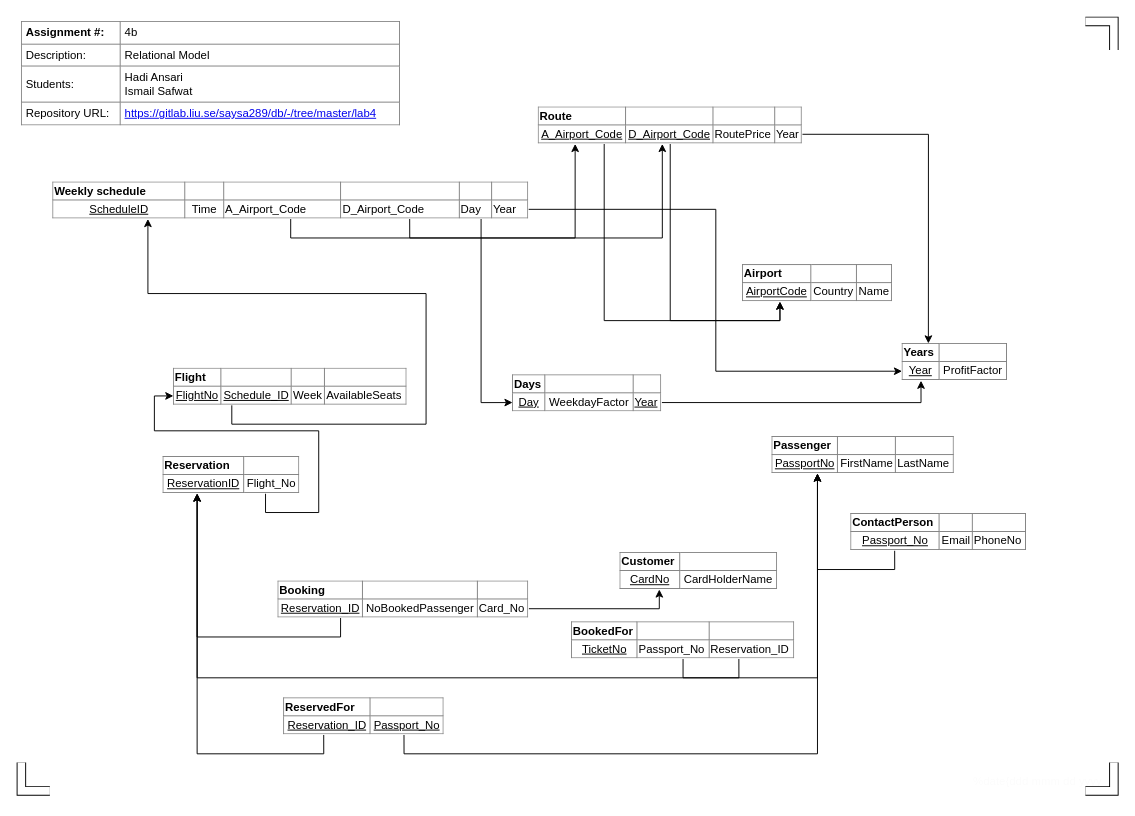
This is page "Relational Model" (2 of 2) of lab4/Assignment4b.drawio from hadi-ansari/TDDD12, a draw.io file, before an edit. Source tidied: cells renumbered, new cells numbered last; positions are measured from the earlier drawing's top-left corner, leaving out a move shared by most shapes. Both pictures are drawn from the tidied source at 95%, with x=0, y=0 at pixel (21, 21).
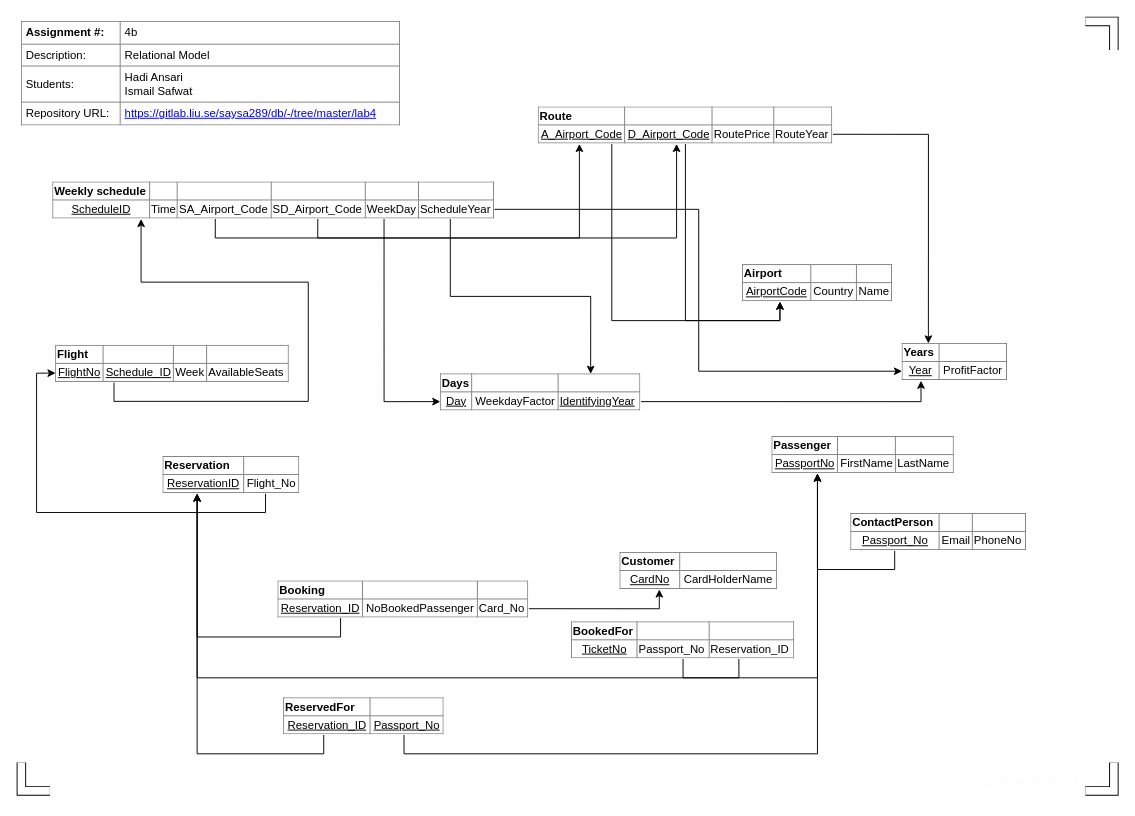
The same page after the edit.

Commit message (it also covers changes not shown here):
Updated digaram and changed Days table to weak entity

The edit, as a diff of the source:
```diff
@@
-    <mxCell id="2" style="edgeStyle=orthogonalEdgeStyle;rounded=0;jettySize=auto;html=1;exitX=0.9;exitY=1;exitDx=0;exitDy=0;exitPerimeter=0;entryX=0;entryY=0.75;entryDx=0;entryDy=0;" parent="1" edge="1" source="5" target="19">
+    <mxCell id="2" style="edgeStyle=orthogonalEdgeStyle;rounded=0;jettySize=auto;html=1;exitX=0.75;exitY=1;exitDx=0;exitDy=0;exitPerimeter=0;entryX=0;entryY=0.75;entryDx=0;entryDy=0;" parent="1" edge="1" source="5" target="19">
       <mxGeometry relative="1" as="geometry" />
     </mxCell>
-    <mxCell id="3" style="edgeStyle=orthogonalEdgeStyle;rounded=0;jettySize=auto;html=1;exitX=0.5;exitY=1;exitDx=0;exitDy=0;exitPerimeter=0;entryX=0.14;entryY=1;entryDx=0;entryDy=0;entryPerimeter=0;" parent="1" edge="1" source="5" target="17">
+    <mxCell id="3" style="edgeStyle=orthogonalEdgeStyle;rounded=0;jettySize=auto;html=1;exitX=0.368;exitY=1;exitDx=0;exitDy=0;exitPerimeter=0;entryX=0.14;entryY=1;entryDx=0;entryDy=0;entryPerimeter=0;" parent="1" edge="1" source="5" target="17">
       <mxGeometry relative="1" as="geometry" />
     </mxCell>
-    <mxCell id="4" style="edgeStyle=orthogonalEdgeStyle;rounded=0;jettySize=auto;html=1;exitX=0.75;exitY=1;exitDx=0;exitDy=0;exitPerimeter=0;entryX=0.47;entryY=1;entryDx=0;entryDy=0;entryPerimeter=0;" parent="1" edge="1" source="5" target="17">
+    <mxCell id="4" style="edgeStyle=orthogonalEdgeStyle;rounded=0;jettySize=auto;html=1;exitX=0.6;exitY=1;exitDx=0;exitDy=0;exitPerimeter=0;entryX=0.47;entryY=1;entryDx=0;entryDy=0;entryPerimeter=0;" parent="1" edge="1" source="5" target="17">
       <mxGeometry relative="1" as="geometry" />
     </mxCell>
+    <mxCell id="37" style="edgeStyle=orthogonalEdgeStyle;rounded=0;jettySize=auto;html=1;exitX=0.9;exitY=1;exitDx=0;exitDy=0;exitPerimeter=0;entryX=0.75;entryY=0;entryDx=0;entryDy=0;" parent="1" edge="1" source="5" target="19">
+      <mxGeometry relative="1" as="geometry" />
+    </mxCell>
-    <mxCell id="5" value="&lt;table border=&quot;1&quot; width=&quot;100%&quot; style=&quot;width: 100% ; height: 100% ; border-collapse: collapse&quot;&gt;&lt;tbody&gt;&lt;tr&gt;&lt;td&gt;&lt;b&gt;Weekly schedule&lt;/b&gt;&lt;/td&gt;&lt;td&gt;&lt;br&gt;&lt;/td&gt;&lt;td&gt;&lt;br&gt;&lt;/td&gt;&lt;td&gt;&lt;br&gt;&lt;/td&gt;&lt;td&gt;&lt;br&gt;&lt;/td&gt;&lt;td&gt;&lt;br&gt;&lt;/td&gt;&lt;/tr&gt;&lt;tr&gt;&lt;td style=&quot;text-align: center&quot;&gt;&lt;u&gt;ScheduleID&lt;/u&gt;&lt;/td&gt;&lt;td style=&quot;text-align: center&quot;&gt;Time&lt;/td&gt;&lt;td&gt;A_Airport_Code&lt;br&gt;&lt;/td&gt;&lt;td&gt;D_Airport_Code&lt;br&gt;&lt;/td&gt;&lt;td&gt;Day&lt;/td&gt;&lt;td&gt;Year&lt;/td&gt;&lt;/tr&gt;&lt;/tbody&gt;&lt;/table&gt;" style="text;html=1;strokeColor=none;fillColor=#ffffff;overflow=fill;points=[[0,0,0,0,0],[0,0.26,0,0,0],[0,0.51,0,0,0],[0,0.74,0,0,0],[0,1,0,0,0],[0.1,1,0,0,0],[0.2,1,0,0,0],[0.25,0,0,0,0],[0.25,1,0,0,0],[0.3,1,0,0,0],[0.4,1,0,0,0],[0.5,0,0,0,0],[0.5,1,0,0,0],[0.6,1,0,0,0],[0.7,1,0,0,0],[0.75,0,0,0,0],[0.75,1,0,0,0],[0.76,1,0,0,179],[0.8,1,0,0,0],[0.9,1,0,0,0],[1,0,0,0,0],[1,0.26,0,0,0],[1,0.51,0,0,0],[1,0.74,0,0,0],[1,1,0,0,0]];" parent="1" vertex="1">
-      <mxGeometry x="33" y="169" width="501" height="39" as="geometry" />
+    <mxCell id="5" value="&lt;table border=&quot;1&quot; width=&quot;100%&quot; style=&quot;width: 100% ; height: 100% ; border-collapse: collapse&quot;&gt;&lt;tbody&gt;&lt;tr&gt;&lt;td&gt;&lt;b&gt;Weekly schedule&lt;/b&gt;&lt;/td&gt;&lt;td&gt;&lt;br&gt;&lt;/td&gt;&lt;td&gt;&lt;br&gt;&lt;/td&gt;&lt;td&gt;&lt;br&gt;&lt;/td&gt;&lt;td&gt;&lt;br&gt;&lt;/td&gt;&lt;td&gt;&lt;br&gt;&lt;/td&gt;&lt;/tr&gt;&lt;tr&gt;&lt;td style=&quot;text-align: center&quot;&gt;&lt;u&gt;ScheduleID&lt;/u&gt;&lt;/td&gt;&lt;td style=&quot;text-align: center&quot;&gt;Time&lt;/td&gt;&lt;td&gt;SA_Airport_Code&lt;br&gt;&lt;/td&gt;&lt;td&gt;SD_Airport_Code&lt;br&gt;&lt;/td&gt;&lt;td&gt;WeekDay&lt;/td&gt;&lt;td&gt;ScheduleYear&lt;/td&gt;&lt;/tr&gt;&lt;/tbody&gt;&lt;/table&gt;" style="text;html=1;strokeColor=none;fillColor=#ffffff;overflow=fill;points=[[0,0,0,0,0],[0,0.26,0,0,0],[0,0.51,0,0,0],[0,0.74,0,0,0],[0,1,0,0,0],[0.1,1,0,0,0],[0.2,1,0,0,0],[0.25,0,0,0,0],[0.25,1,0,0,0],[0.3,1,0,0,0],[0.4,1,0,0,0],[0.5,0,0,0,0],[0.5,1,0,0,0],[0.6,1,0,0,0],[0.7,1,0,0,0],[0.75,0,0,0,0],[0.75,1,0,0,0],[0.76,1,0,0,179],[0.8,1,0,0,0],[0.9,1,0,0,0],[1,0,0,0,0],[1,0.26,0,0,0],[1,0.51,0,0,0],[1,0.74,0,0,0],[1,1,0,0,0]];" parent="1" vertex="1">
+      <mxGeometry x="33" y="169" width="465" height="39" as="geometry" />
     </mxCell>
@@
-    <mxCell id="17" value="&lt;table border=&quot;1&quot; width=&quot;100%&quot; style=&quot;width: 100% ; height: 100% ; border-collapse: collapse&quot;&gt;&lt;tbody&gt;&lt;tr&gt;&lt;td&gt;&lt;b&gt;Route&lt;/b&gt;&lt;/td&gt;&lt;td&gt;&lt;br&gt;&lt;/td&gt;&lt;td&gt;&lt;br&gt;&lt;/td&gt;&lt;td&gt;&lt;br&gt;&lt;/td&gt;&lt;/tr&gt;&lt;tr&gt;&lt;td style=&quot;text-align: center&quot;&gt;&lt;span style=&quot;text-align: left;&quot;&gt;&lt;u&gt;A_Airport_Code&lt;/u&gt;&lt;/span&gt;&lt;br&gt;&lt;/td&gt;&lt;td style=&quot;text-align: center&quot;&gt;&lt;span style=&quot;text-align: left;&quot;&gt;&lt;u&gt;D_Airport_Code&lt;/u&gt;&lt;/span&gt;&lt;br&gt;&lt;/td&gt;&lt;td&gt;&lt;span style=&quot;text-align: center;&quot;&gt;RoutePrice&lt;/span&gt;&lt;br&gt;&lt;/td&gt;&lt;td&gt;Year&lt;/td&gt;&lt;/tr&gt;&lt;/tbody&gt;&lt;/table&gt;" style="text;html=1;strokeColor=none;fillColor=#ffffff;overflow=fill;points=[[0,0,0,0,0],[0,0.26,0,0,0],[0,0.51,0,0,0],[0,0.74,0,0,0],[0,1,0,0,0],[0.14,1,0,0,0],[0.25,0,0,0,0],[0.47,1,0,0,0],[0.57,1,0,0,0],[0.75,0,0,0,0],[0.75,1,0,0,0],[1,0,0,0,0],[1,0.26,0,0,0],[1,0.51,0,0,0],[1,0.74,0,0,0],[1,1,0,0,0]];" parent="1" vertex="1">
-      <mxGeometry x="544" y="90" width="278" height="39" as="geometry" />
+    <mxCell id="17" value="&lt;table border=&quot;1&quot; width=&quot;100%&quot; style=&quot;width: 100% ; height: 100% ; border-collapse: collapse&quot;&gt;&lt;tbody&gt;&lt;tr&gt;&lt;td&gt;&lt;b&gt;Route&lt;/b&gt;&lt;/td&gt;&lt;td&gt;&lt;br&gt;&lt;/td&gt;&lt;td&gt;&lt;br&gt;&lt;/td&gt;&lt;td&gt;&lt;br&gt;&lt;/td&gt;&lt;/tr&gt;&lt;tr&gt;&lt;td style=&quot;text-align: center&quot;&gt;&lt;span style=&quot;text-align: left;&quot;&gt;&lt;u&gt;A_Airport_Code&lt;/u&gt;&lt;/span&gt;&lt;br&gt;&lt;/td&gt;&lt;td style=&quot;text-align: center&quot;&gt;&lt;span style=&quot;text-align: left;&quot;&gt;&lt;u&gt;D_Airport_Code&lt;/u&gt;&lt;/span&gt;&lt;br&gt;&lt;/td&gt;&lt;td&gt;&lt;span style=&quot;text-align: center;&quot;&gt;RoutePrice&lt;/span&gt;&lt;br&gt;&lt;/td&gt;&lt;td&gt;RouteYear&lt;/td&gt;&lt;/tr&gt;&lt;/tbody&gt;&lt;/table&gt;" style="text;html=1;strokeColor=none;fillColor=#ffffff;overflow=fill;points=[[0,0,0,0,0],[0,0.26,0,0,0],[0,0.51,0,0,0],[0,0.74,0,0,0],[0,1,0,0,0],[0.14,1,0,0,0],[0.25,0,0,0,0],[0.47,1,0,0,0],[0.57,1,0,0,0],[0.75,0,0,0,0],[0.75,1,0,0,0],[1,0,0,0,0],[1,0.26,0,0,0],[1,0.51,0,0,0],[1,0.74,0,0,0],[1,1,0,0,0]];" parent="1" vertex="1">
+      <mxGeometry x="544" y="90" width="310" height="39" as="geometry" />
     </mxCell>
@@
-    <mxCell id="19" value="&lt;table border=&quot;1&quot; width=&quot;100%&quot; style=&quot;width: 100% ; height: 100% ; border-collapse: collapse&quot;&gt;&lt;tbody&gt;&lt;tr&gt;&lt;td&gt;&lt;b&gt;Days&lt;/b&gt;&lt;/td&gt;&lt;td&gt;&lt;br&gt;&lt;/td&gt;&lt;td&gt;&lt;/td&gt;&lt;/tr&gt;&lt;tr&gt;&lt;td style=&quot;text-align: center&quot;&gt;&lt;u&gt;Day&lt;/u&gt;&lt;/td&gt;&lt;td style=&quot;text-align: center&quot;&gt;WeekdayFactor&lt;/td&gt;&lt;td&gt;&lt;u&gt;Year&lt;/u&gt;&lt;/td&gt;&lt;/tr&gt;&lt;/tbody&gt;&lt;/table&gt;" style="text;html=1;strokeColor=none;fillColor=#ffffff;overflow=fill;" parent="1" vertex="1">
-      <mxGeometry x="517" y="372" width="157" height="39" as="geometry" />
+    <mxCell id="19" value="&lt;table border=&quot;1&quot; width=&quot;100%&quot; style=&quot;width: 100% ; height: 100% ; border-collapse: collapse&quot;&gt;&lt;tbody&gt;&lt;tr&gt;&lt;td&gt;&lt;b&gt;Days&lt;/b&gt;&lt;/td&gt;&lt;td&gt;&lt;br&gt;&lt;/td&gt;&lt;td&gt;&lt;/td&gt;&lt;/tr&gt;&lt;tr&gt;&lt;td style=&quot;text-align: center&quot;&gt;&lt;u&gt;Day&lt;/u&gt;&lt;/td&gt;&lt;td style=&quot;text-align: center&quot;&gt;WeekdayFactor&lt;/td&gt;&lt;td&gt;&lt;u&gt;IdentifyingYear&lt;/u&gt;&lt;/td&gt;&lt;/tr&gt;&lt;/tbody&gt;&lt;/table&gt;" style="text;html=1;strokeColor=none;fillColor=#ffffff;overflow=fill;" parent="1" vertex="1">
+      <mxGeometry x="441" y="371" width="211" height="39" as="geometry" />
     </mxCell>
@@
     <mxCell id="24" value="&lt;table border=&quot;1&quot; width=&quot;100%&quot; style=&quot;width: 100% ; height: 100% ; border-collapse: collapse&quot;&gt;&lt;tbody&gt;&lt;tr&gt;&lt;td&gt;&lt;b&gt;Flight&lt;/b&gt;&lt;/td&gt;&lt;td&gt;&lt;br&gt;&lt;/td&gt;&lt;td&gt;&lt;br&gt;&lt;/td&gt;&lt;td&gt;&lt;br&gt;&lt;/td&gt;&lt;/tr&gt;&lt;tr&gt;&lt;td style=&quot;text-align: center&quot;&gt;&lt;u&gt;FlightNo&lt;/u&gt;&lt;/td&gt;&lt;td style=&quot;text-align: center&quot;&gt;&lt;u style=&quot;text-align: left&quot;&gt;Schedule_ID&lt;/u&gt;&lt;br&gt;&lt;/td&gt;&lt;td&gt;Week&lt;/td&gt;&lt;td&gt;&lt;span style=&quot;text-align: center;&quot;&gt;AvailableSeats&lt;/span&gt;&lt;br&gt;&lt;/td&gt;&lt;/tr&gt;&lt;/tbody&gt;&lt;/table&gt;" style="text;html=1;strokeColor=none;fillColor=#ffffff;overflow=fill;" parent="1" vertex="1">
-      <mxGeometry x="160" y="365" width="246" height="39" as="geometry" />
+      <mxGeometry x="36" y="341" width="246" height="39" as="geometry" />
     </mxCell>
```
